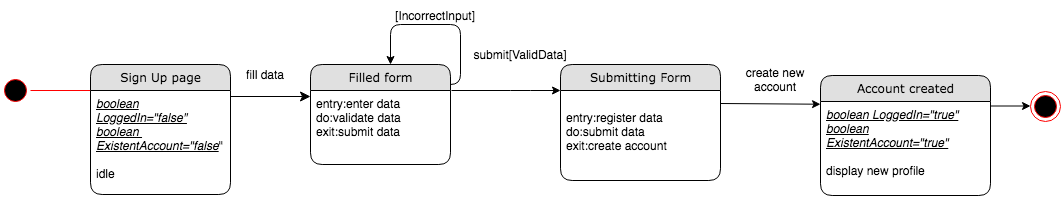
The draw.io diagram Diagrams/State Chart Diagrams FINAL/ST_26 CREATE PERSONAL ACCOUNT.png in kkasharaj17/SE-project, before a commit. Source tidied: cells renumbered, new cells last; positions are measured from the earlier drawing's top-left corner, leaving out a move shared by most shapes.
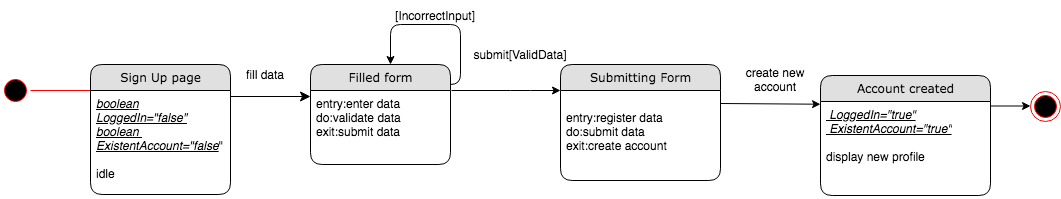
Above is the later version.

Change to the diagram source:
```diff
@@ -84,7 +84,7 @@
     <mxCell id="20" value="Account created" style="swimlane;html=1;fontStyle=0;horizontal=1;startSize=26;fillColor=#e0e0e0;swimlaneFillColor=#ffffff;align=center;rounded=1;shadow=0;comic=0;labelBackgroundColor=none;strokeWidth=1;fontFamily=Verdana;fontSize=12;" parent="1" vertex="1">
       <mxGeometry x="820" y="75" width="170" height="120" as="geometry" />
     </mxCell>
-    <mxCell id="21" value="&lt;i&gt;&lt;u&gt;boolean LoggedIn=&quot;true&quot;&lt;/u&gt;&lt;/i&gt;&lt;br&gt;&lt;i&gt;&lt;u&gt;boolean ExistentAccount=&quot;true&quot;&lt;br&gt;&lt;/u&gt;&lt;/i&gt;&lt;br&gt;display new profile" style="text;html=1;strokeColor=none;fillColor=none;spacingLeft=4;spacingRight=4;whiteSpace=wrap;overflow=hidden;points=[[0,0.5],[1,0.5]];portConstraint=eastwest;" parent="20" vertex="1">
+    <mxCell id="21" value="&lt;i&gt;&lt;u&gt;&amp;nbsp;LoggedIn=&quot;true&quot;&lt;br&gt;&lt;/u&gt;&lt;/i&gt;&lt;i&gt;&lt;u&gt;&amp;nbsp;ExistentAccount=&quot;true&quot;&lt;br&gt;&lt;/u&gt;&lt;/i&gt;&lt;br&gt;display new profile" style="text;html=1;strokeColor=none;fillColor=none;spacingLeft=4;spacingRight=4;whiteSpace=wrap;overflow=hidden;points=[[0,0.5],[1,0.5]];portConstraint=eastwest;" parent="20" vertex="1">
       <mxGeometry y="26" width="170" height="94" as="geometry" />
     </mxCell>
   </root>
```
